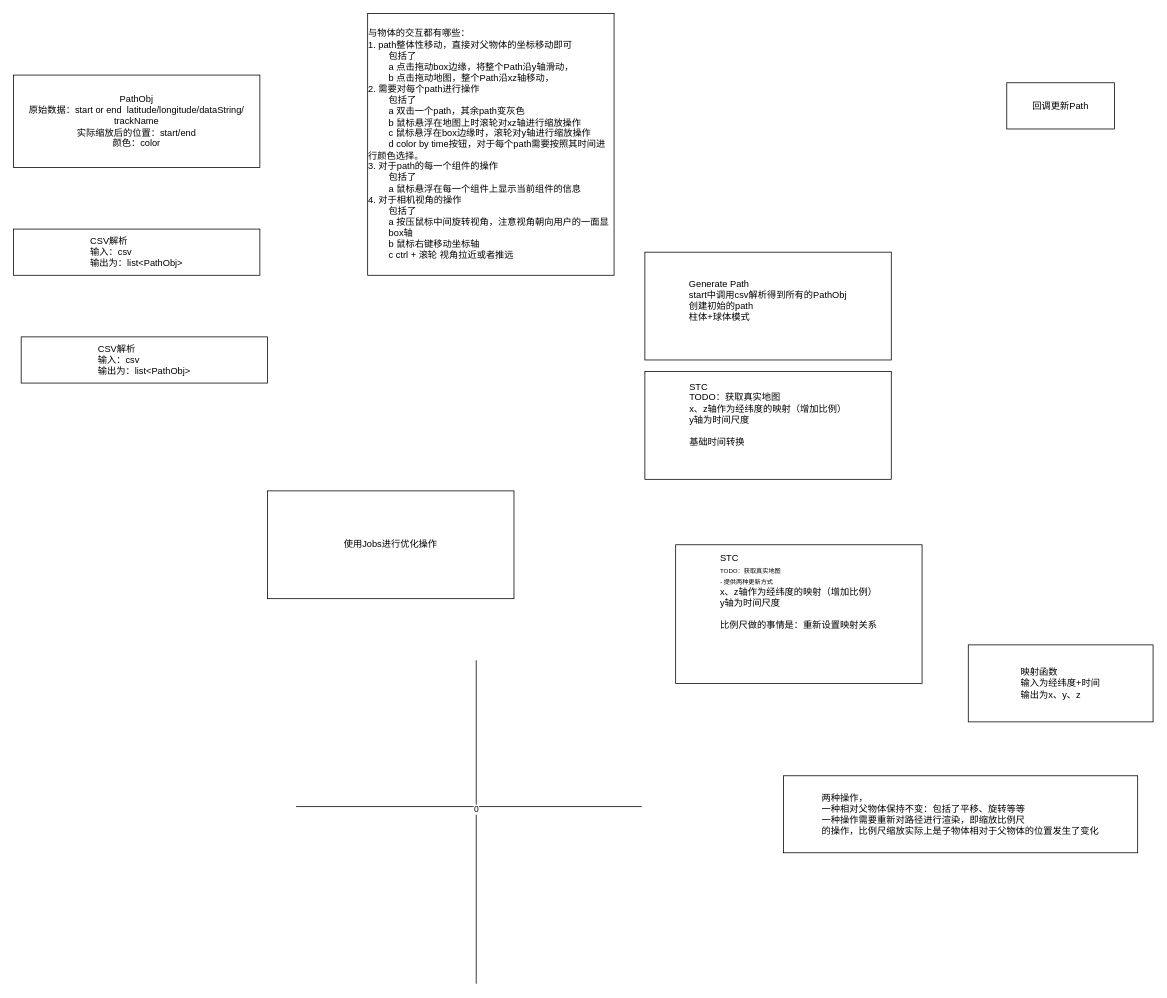
SaberrExcalibur/Draw.io.Save keeps this draw.io diagram as STC.drawio. Above is the earlier version. Source tidied: cells renumbered, new cells numbered last; positions are measured from the earlier drawing's top-left corner, leaving out a move shared by most shapes. Both pictures are drawn from the tidied source at 77%, with x=0, y=0 at pixel (13, 13).
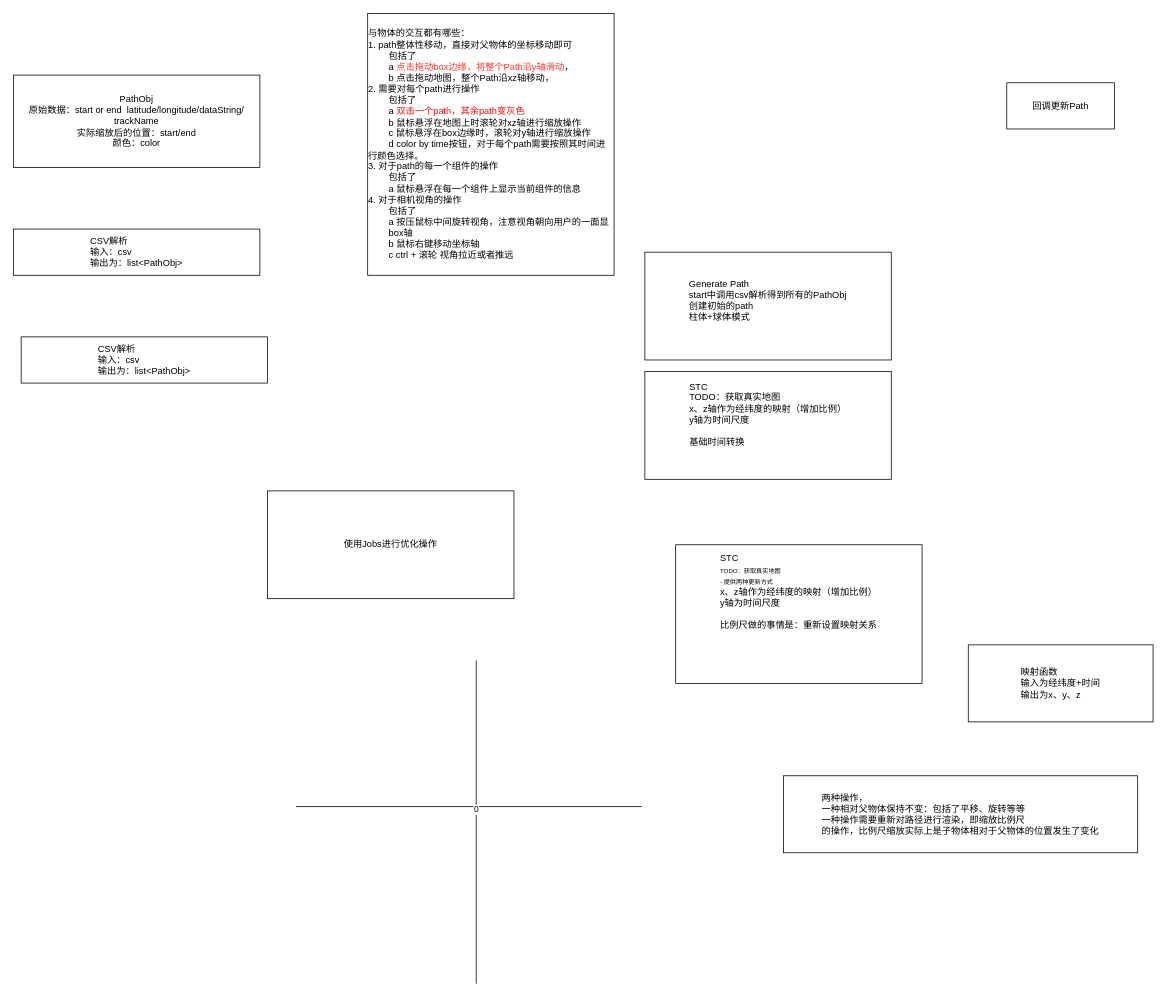
Above is the later version.

The edit, as a diff of the source:
```diff
@@
 <mxGraphModel>
   <root>
     <mxCell id="0" />
     <mxCell id="1" parent="0" />
     <mxCell id="2" value="PathObj&lt;br&gt;原始数据：start or end&amp;nbsp; latitude/longitude/dataString/&lt;br&gt;trackName&lt;br&gt;实际缩放后的位置：start/end&lt;br&gt;颜色：color" style="rounded=0;whiteSpace=wrap;html=1;" parent="1" vertex="1">
       <mxGeometry y="80" width="320" height="120" as="geometry" />
     </mxCell>
     <mxCell id="3" value="&lt;div style=&quot;text-align: left;&quot;&gt;&lt;span style=&quot;background-color: initial;&quot;&gt;CSV解析&lt;/span&gt;&lt;/div&gt;&lt;div style=&quot;text-align: left;&quot;&gt;输入：csv&lt;/div&gt;&lt;div style=&quot;text-align: left;&quot;&gt;输出为：list&amp;lt;PathObj&amp;gt;&lt;/div&gt;" style="rounded=0;whiteSpace=wrap;html=1;" parent="1" vertex="1">
       <mxGeometry y="280" width="320" height="60" as="geometry" />
     </mxCell>
     <mxCell id="4" value="&lt;div style=&quot;text-align: left;&quot;&gt;&lt;span style=&quot;background-color: initial;&quot;&gt;Generate Path&lt;/span&gt;&lt;/div&gt;&lt;div style=&quot;text-align: left;&quot;&gt;&lt;span style=&quot;background-color: initial;&quot;&gt;start中调用csv解析得到所有的PathObj&lt;/span&gt;&lt;/div&gt;&lt;div style=&quot;text-align: left;&quot;&gt;创建初始的path&lt;br&gt;柱体+球体模式&lt;/div&gt;&lt;div style=&quot;text-align: left;&quot;&gt;&lt;br&gt;&lt;/div&gt;" style="rounded=0;whiteSpace=wrap;html=1;" parent="1" vertex="1">
       <mxGeometry x="820" y="310" width="320" height="140" as="geometry" />
     </mxCell>
     <mxCell id="5" value="&lt;div style=&quot;text-align: left;&quot;&gt;回调更新Path&lt;/div&gt;" style="rounded=0;whiteSpace=wrap;html=1;" parent="1" vertex="1">
       <mxGeometry x="1290" y="90" width="140" height="60" as="geometry" />
     </mxCell>
     <mxCell id="6" value="&lt;div style=&quot;text-align: left;&quot;&gt;STC&lt;/div&gt;&lt;div style=&quot;text-align: left;&quot;&gt;TODO：获取真实地图&lt;/div&gt;&lt;div style=&quot;text-align: left;&quot;&gt;x、z轴作为经纬度的映射（增加比例）&lt;/div&gt;&lt;div style=&quot;text-align: left;&quot;&gt;y轴为时间尺度&lt;/div&gt;&lt;div style=&quot;text-align: left;&quot;&gt;&lt;br&gt;&lt;/div&gt;&lt;div style=&quot;text-align: left;&quot;&gt;基础时间转换&lt;/div&gt;&lt;div style=&quot;text-align: left;&quot;&gt;&lt;br&gt;&lt;br&gt;&lt;/div&gt;" style="rounded=0;whiteSpace=wrap;html=1;" parent="1" vertex="1">
       <mxGeometry x="820" y="465" width="320" height="140" as="geometry" />
     </mxCell>
     <mxCell id="7" value="&lt;div style=&quot;text-align: left;&quot;&gt;STC&lt;/div&gt;&lt;div style=&quot;text-align: left;&quot;&gt;&lt;font style=&quot;font-size: 8px;&quot;&gt;TODO：获取真实地图&lt;/font&gt;&lt;/div&gt;&lt;div style=&quot;text-align: left;&quot;&gt;&lt;font style=&quot;font-size: 8px;&quot;&gt;- 提供两种更新方式&lt;/font&gt;&lt;/div&gt;&lt;div style=&quot;text-align: left;&quot;&gt;x、z轴作为经纬度的映射（增加比例）&lt;/div&gt;&lt;div style=&quot;text-align: left;&quot;&gt;y轴为时间尺度&lt;/div&gt;&lt;div style=&quot;text-align: left;&quot;&gt;&lt;br&gt;&lt;/div&gt;&lt;div style=&quot;text-align: left;&quot;&gt;比例尺做的事情是：重新设置映射关系&lt;/div&gt;&lt;div style=&quot;text-align: left;&quot;&gt;&lt;br&gt;&lt;/div&gt;&lt;div style=&quot;text-align: left;&quot;&gt;&lt;br&gt;&lt;/div&gt;&lt;div style=&quot;text-align: left;&quot;&gt;&lt;br&gt;&lt;br&gt;&lt;/div&gt;" style="rounded=0;whiteSpace=wrap;html=1;" parent="1" vertex="1">
       <mxGeometry x="860" y="690" width="320" height="180" as="geometry" />
     </mxCell>
     <mxCell id="8" style="endArrow=none;html=1;rounded=0;" parent="1" edge="1">
       <mxGeometry relative="1" as="geometry">
         <mxPoint x="601" y="1260" as="sourcePoint" />
         <mxPoint x="601" y="840" as="targetPoint" />
       </mxGeometry>
     </mxCell>
     <mxCell id="9" style="endArrow=none;html=1;rounded=0;" parent="1" edge="1">
       <mxGeometry relative="1" as="geometry">
         <mxPoint x="367" y="1030" as="sourcePoint" />
         <mxPoint x="816" y="1030" as="targetPoint" />
       </mxGeometry>
     </mxCell>
     <mxCell id="10" value="0" style="edgeLabel;html=1;align=center;verticalAlign=middle;" parent="9" vertex="1">
       <mxGeometry x="0.04" y="-3" relative="1" as="geometry" />
     </mxCell>
     <mxCell id="11" value="&lt;div style=&quot;text-align: left;&quot;&gt;映射函数&lt;/div&gt;&lt;div style=&quot;text-align: left;&quot;&gt;输入为经纬度+时间&lt;/div&gt;&lt;div style=&quot;text-align: left;&quot;&gt;输出为x、y、z&lt;/div&gt;" style="rounded=0;whiteSpace=wrap;html=1;" parent="1" vertex="1">
       <mxGeometry x="1240" y="820" width="240" height="100" as="geometry" />
     </mxCell>
     <mxCell id="12" value="&lt;div style=&quot;text-align: left;&quot;&gt;两种操作，&lt;/div&gt;&lt;div style=&quot;text-align: left;&quot;&gt;一种相对父物体保持不变：&lt;span style=&quot;background-color: initial;&quot;&gt;包括了平移、旋转等等&lt;/span&gt;&lt;/div&gt;&lt;div style=&quot;text-align: left;&quot;&gt;一种操作需要重新对路径进行渲染，即缩放比例尺&lt;/div&gt;&lt;div style=&quot;text-align: left;&quot;&gt;的操作，比例尺缩放实际上是子物体相对于父物体的位置发生了变化&lt;/div&gt;" style="rounded=0;whiteSpace=wrap;html=1;" parent="1" vertex="1">
       <mxGeometry x="1000" y="990" width="460" height="100" as="geometry" />
     </mxCell>
     <mxCell id="13" value="&lt;div style=&quot;text-align: left;&quot;&gt;&lt;span style=&quot;background-color: initial;&quot;&gt;CSV解析&lt;/span&gt;&lt;/div&gt;&lt;div style=&quot;text-align: left;&quot;&gt;输入：csv&lt;/div&gt;&lt;div style=&quot;text-align: left;&quot;&gt;输出为：list&amp;lt;PathObj&amp;gt;&lt;/div&gt;" style="rounded=0;whiteSpace=wrap;html=1;" parent="1" vertex="1">
       <mxGeometry x="10" y="420" width="320" height="60" as="geometry" />
     </mxCell>
-    <mxCell id="14" value="&lt;div style=&quot;text-align: left;&quot;&gt;与物体的交互都有哪些：&lt;/div&gt;&lt;div style=&quot;text-align: left;&quot;&gt;1. path整体性移动，直接对父物体的坐标移动即可&lt;/div&gt;&lt;div style=&quot;text-align: left;&quot;&gt;&lt;span style=&quot;white-space: pre;&quot;&gt;&#9;&lt;/span&gt;包括了&lt;br&gt;&lt;span style=&quot;white-space: pre;&quot;&gt;&#9;&lt;/span&gt;a 点击拖动box边缘，将整个Path沿y轴滑动，&lt;br&gt;&lt;/div&gt;&lt;div style=&quot;text-align: left;&quot;&gt;&lt;span style=&quot;white-space: pre;&quot;&gt;&#9;&lt;/span&gt;b 点击拖动地图，整个Path沿xz轴移动，&lt;br&gt;&lt;/div&gt;&lt;div style=&quot;text-align: left;&quot;&gt;2. 需要对每个path进行操作&lt;/div&gt;&lt;div style=&quot;text-align: left;&quot;&gt;&lt;span style=&quot;white-space: pre;&quot;&gt;&#9;&lt;/span&gt;包括了&lt;br&gt;&lt;/div&gt;&lt;div style=&quot;text-align: left;&quot;&gt;&lt;span style=&quot;white-space: pre;&quot;&gt;&#9;&lt;/span&gt;a 双击一个path，其余path变灰色&lt;br&gt;&lt;/div&gt;&lt;div style=&quot;text-align: left;&quot;&gt;&lt;span style=&quot;white-space: pre;&quot;&gt;&#9;&lt;/span&gt;b 鼠标悬浮在地图上时滚轮对xz轴进行缩放操作&lt;br&gt;&lt;/div&gt;&lt;div style=&quot;text-align: left;&quot;&gt;&lt;span style=&quot;white-space: pre;&quot;&gt;&#9;&lt;/span&gt;c 鼠标悬浮在box边缘时，滚轮对y轴进行缩放操作&lt;br&gt;&lt;/div&gt;&lt;div style=&quot;text-align: left;&quot;&gt;&lt;span style=&quot;white-space: pre;&quot;&gt;&#9;&lt;/span&gt;d color by time按钮，对于每个path需要按照其时间进行颜色选择。&lt;br&gt;&lt;/div&gt;&lt;div style=&quot;text-align: left;&quot;&gt;3. 对于path的每一个组件的操作&lt;/div&gt;&lt;div style=&quot;text-align: left;&quot;&gt;&lt;span style=&quot;white-space: pre;&quot;&gt;&#9;&lt;/span&gt;包括了&lt;br&gt;&lt;/div&gt;&lt;div style=&quot;text-align: left;&quot;&gt;&lt;span style=&quot;white-space: pre;&quot;&gt;&#9;&lt;/span&gt;a 鼠标悬浮在每一个组件上显示当前组件的信息&lt;br&gt;&lt;/div&gt;&lt;div style=&quot;text-align: left;&quot;&gt;4. 对于相机视角的操作&lt;/div&gt;&lt;div style=&quot;text-align: left;&quot;&gt;&lt;span style=&quot;white-space: pre;&quot;&gt;&#9;&lt;/span&gt;包括了&lt;br&gt;&lt;/div&gt;&lt;div style=&quot;text-align: left;&quot;&gt;&lt;span style=&quot;white-space: pre;&quot;&gt;&#9;&lt;/span&gt;a 按压鼠标中间旋转视角，注意视角朝向用户的一面显&lt;br&gt;&lt;/div&gt;&lt;div style=&quot;text-align: left;&quot;&gt;&lt;span style=&quot;white-space: pre;&quot;&gt;&#9;&lt;/span&gt;box轴&lt;br&gt;&lt;/div&gt;&lt;div style=&quot;text-align: left;&quot;&gt;&lt;span style=&quot;white-space: pre;&quot;&gt;&#9;&lt;/span&gt;b 鼠标右键移动坐标轴&lt;br&gt;&lt;/div&gt;&lt;div style=&quot;text-align: left;&quot;&gt;&lt;span style=&quot;white-space: pre;&quot;&gt;&#9;&lt;/span&gt;c ctrl + 滚轮 视角拉近或者推远&lt;br&gt;&lt;/div&gt;" style="rounded=0;whiteSpace=wrap;html=1;" parent="1" vertex="1">
+    <mxCell id="14" value="&lt;div style=&quot;text-align: left;&quot;&gt;与物体的交互都有哪些：&lt;/div&gt;&lt;div style=&quot;text-align: left;&quot;&gt;1. path整体性移动，直接对父物体的坐标移动即可&lt;/div&gt;&lt;div style=&quot;text-align: left;&quot;&gt;&lt;span style=&quot;white-space: pre;&quot;&gt;&#9;&lt;/span&gt;包括了&lt;br&gt;&lt;span style=&quot;white-space: pre;&quot;&gt;&#9;&lt;/span&gt;a &lt;font color=&quot;#ff3729&quot;&gt;点击拖动box边缘，将整个Path沿y轴滑动&lt;/font&gt;，&lt;br&gt;&lt;/div&gt;&lt;div style=&quot;text-align: left;&quot;&gt;&lt;span style=&quot;white-space: pre;&quot;&gt;&#9;&lt;/span&gt;b 点击拖动地图，整个Path沿xz轴移动，&lt;br&gt;&lt;/div&gt;&lt;div style=&quot;text-align: left;&quot;&gt;2. 需要对每个path进行操作&lt;/div&gt;&lt;div style=&quot;text-align: left;&quot;&gt;&lt;span style=&quot;white-space: pre;&quot;&gt;&#9;&lt;/span&gt;包括了&lt;br&gt;&lt;/div&gt;&lt;div style=&quot;text-align: left;&quot;&gt;&lt;span style=&quot;white-space: pre;&quot;&gt;&#9;&lt;/span&gt;a &lt;font color=&quot;#ff0d0d&quot;&gt;双击一个path，其余path变灰色&lt;/font&gt;&lt;br&gt;&lt;/div&gt;&lt;div style=&quot;text-align: left;&quot;&gt;&lt;span style=&quot;white-space: pre;&quot;&gt;&#9;&lt;/span&gt;b 鼠标悬浮在地图上时滚轮对xz轴进行缩放操作&lt;br&gt;&lt;/div&gt;&lt;div style=&quot;text-align: left;&quot;&gt;&lt;span style=&quot;white-space: pre;&quot;&gt;&#9;&lt;/span&gt;c 鼠标悬浮在box边缘时，滚轮对y轴进行缩放操作&lt;br&gt;&lt;/div&gt;&lt;div style=&quot;text-align: left;&quot;&gt;&lt;span style=&quot;white-space: pre;&quot;&gt;&#9;&lt;/span&gt;d color by time按钮，对于每个path需要按照其时间进行颜色选择。&lt;br&gt;&lt;/div&gt;&lt;div style=&quot;text-align: left;&quot;&gt;3. 对于path的每一个组件的操作&lt;/div&gt;&lt;div style=&quot;text-align: left;&quot;&gt;&lt;span style=&quot;white-space: pre;&quot;&gt;&#9;&lt;/span&gt;包括了&lt;br&gt;&lt;/div&gt;&lt;div style=&quot;text-align: left;&quot;&gt;&lt;span style=&quot;white-space: pre;&quot;&gt;&#9;&lt;/span&gt;a 鼠标悬浮在每一个组件上显示当前组件的信息&lt;br&gt;&lt;/div&gt;&lt;div style=&quot;text-align: left;&quot;&gt;4. 对于相机视角的操作&lt;/div&gt;&lt;div style=&quot;text-align: left;&quot;&gt;&lt;span style=&quot;white-space: pre;&quot;&gt;&#9;&lt;/span&gt;包括了&lt;br&gt;&lt;/div&gt;&lt;div style=&quot;text-align: left;&quot;&gt;&lt;span style=&quot;white-space: pre;&quot;&gt;&#9;&lt;/span&gt;a 按压鼠标中间旋转视角，注意视角朝向用户的一面显&lt;br&gt;&lt;/div&gt;&lt;div style=&quot;text-align: left;&quot;&gt;&lt;span style=&quot;white-space: pre;&quot;&gt;&#9;&lt;/span&gt;box轴&lt;br&gt;&lt;/div&gt;&lt;div style=&quot;text-align: left;&quot;&gt;&lt;span style=&quot;white-space: pre;&quot;&gt;&#9;&lt;/span&gt;b 鼠标右键移动坐标轴&lt;br&gt;&lt;/div&gt;&lt;div style=&quot;text-align: left;&quot;&gt;&lt;span style=&quot;white-space: pre;&quot;&gt;&#9;&lt;/span&gt;c ctrl + 滚轮 视角拉近或者推远&lt;br&gt;&lt;/div&gt;" style="rounded=0;whiteSpace=wrap;html=1;" parent="1" vertex="1">
       <mxGeometry x="460" width="320" height="340" as="geometry" />
     </mxCell>
     <mxCell id="15" value="&lt;div style=&quot;text-align: left;&quot;&gt;使用Jobs进行优化操作&lt;/div&gt;" style="rounded=0;whiteSpace=wrap;html=1;" parent="1" vertex="1">
       <mxGeometry x="330" y="620" width="320" height="140" as="geometry" />
     </mxCell>
   </root>
 </mxGraphModel>
```
